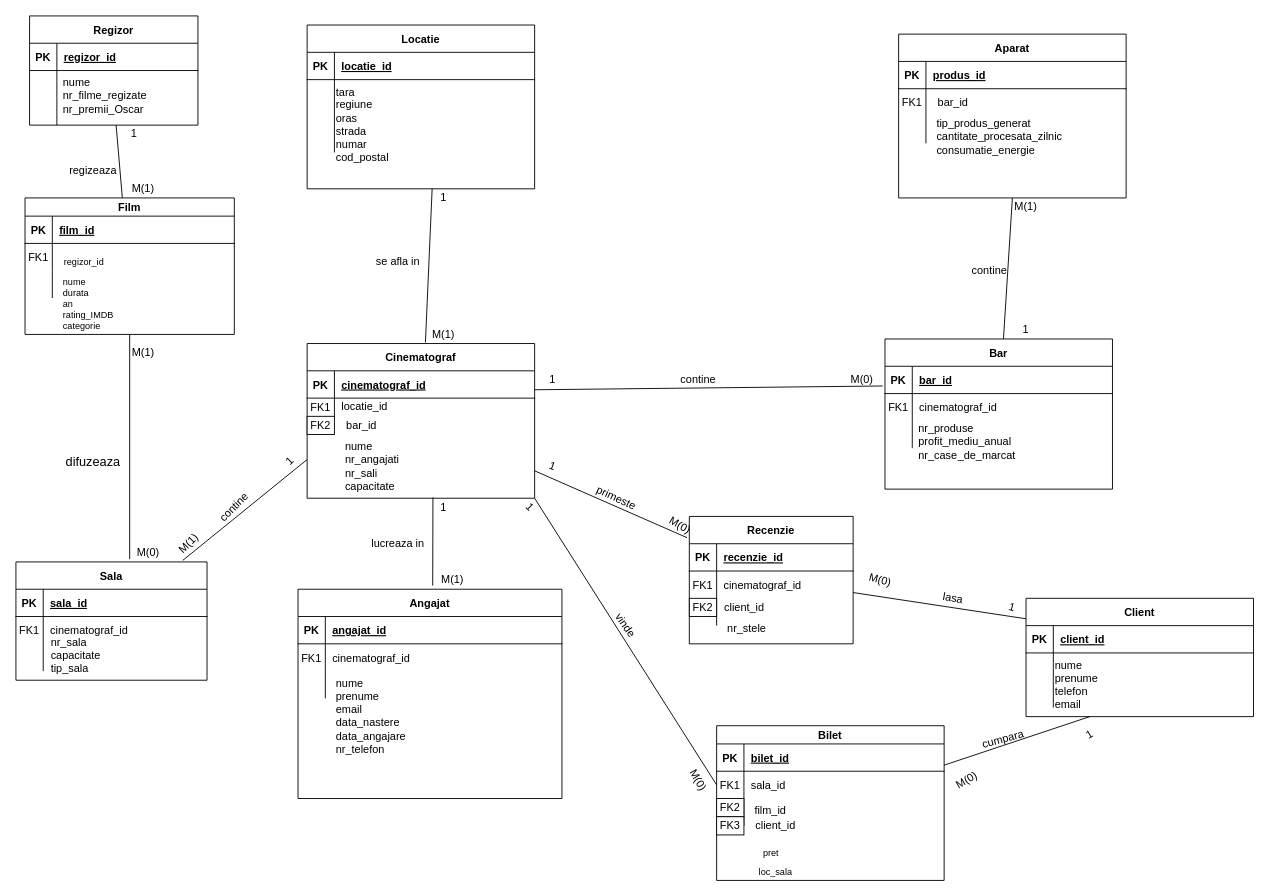
Before: page "Page-1" (1 of 2) of Databases/Project/BucharestCinemas.drawio in Swizop/uni-work, a draw.io diagram. Source tidied: cells renumbered, new cells numbered last; positions are measured from the earlier drawing's top-left corner, leaving out a move shared by most shapes. Both pictures are drawn from the tidied source at 91%, with x=0, y=0 at pixel (15, 15).
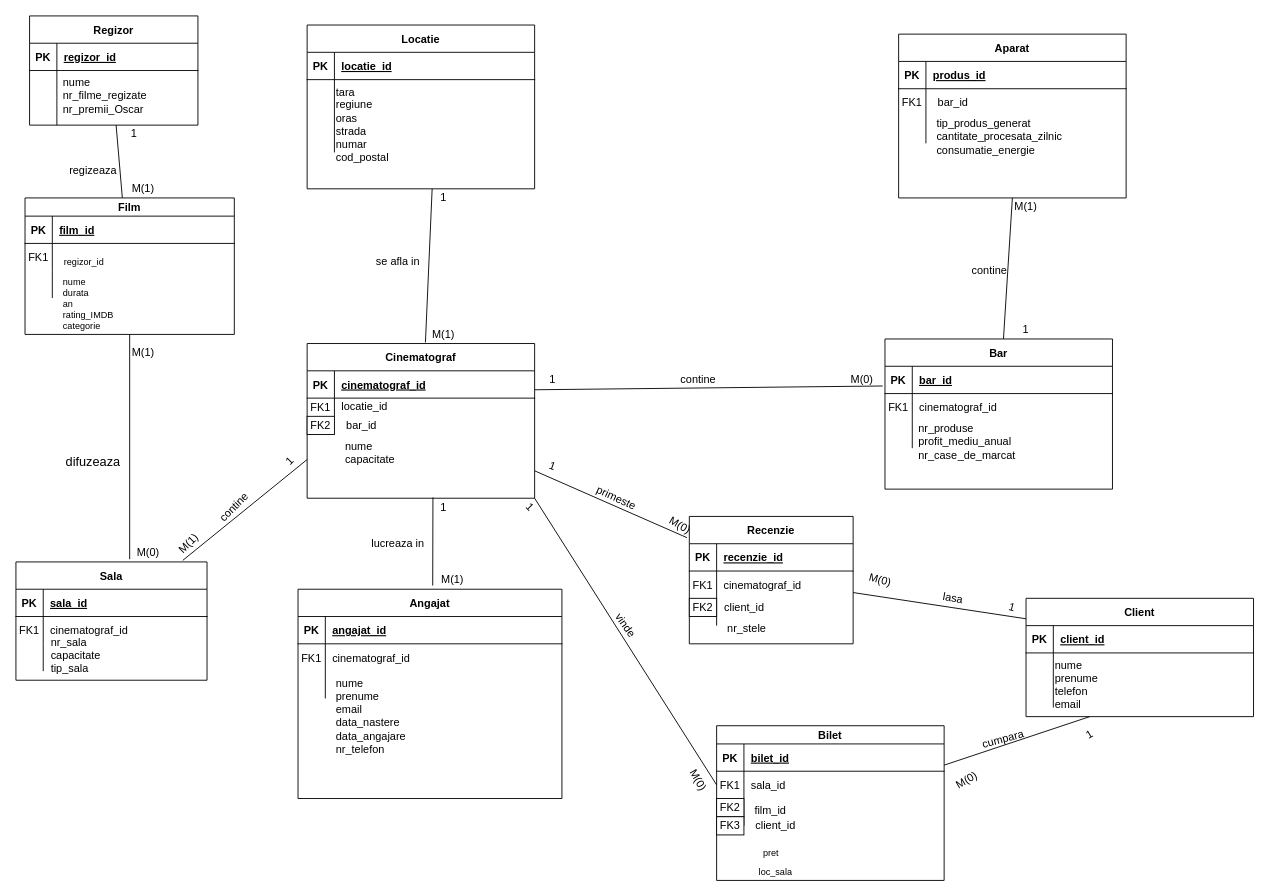
Above is the later version.

The edit, as a diff of the source:
```diff
@@
-    <mxCell id="31" value="nume&lt;br&gt;nr_angajati&lt;br&gt;nr_sali&lt;br&gt;capacitate" style="text;html=1;strokeColor=none;fillColor=none;align=left;verticalAlign=top;whiteSpace=wrap;rounded=0;labelPosition=center;verticalLabelPosition=middle;" parent="1" vertex="1">
+    <mxCell id="31" value="nume&lt;br&gt;capacitate" style="text;html=1;strokeColor=none;fillColor=none;align=left;verticalAlign=top;whiteSpace=wrap;rounded=0;labelPosition=center;verticalLabelPosition=middle;" parent="1" vertex="1">
       <mxGeometry x="360" y="460" width="170" height="70" as="geometry" />
     </mxCell>
```
